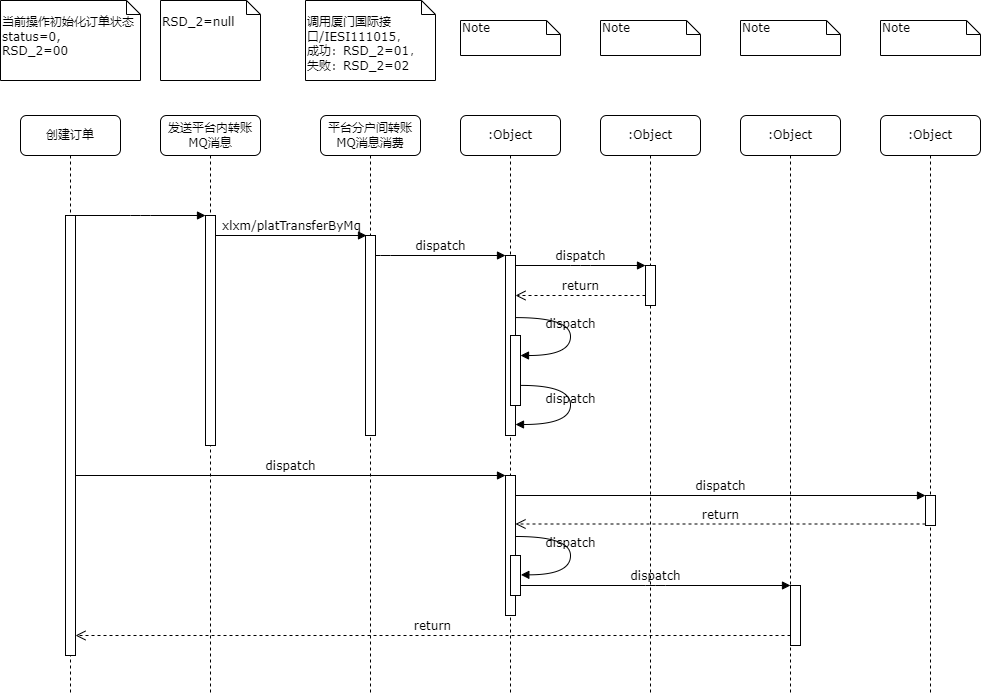
Earlier version of the draw.io export 厦门银行订单状态RSD_2.png (songyibo2019/mydiagrams). Source tidied: cells renumbered, new cells last; positions are measured from the earlier drawing's top-left corner, leaving out a move shared by most shapes.
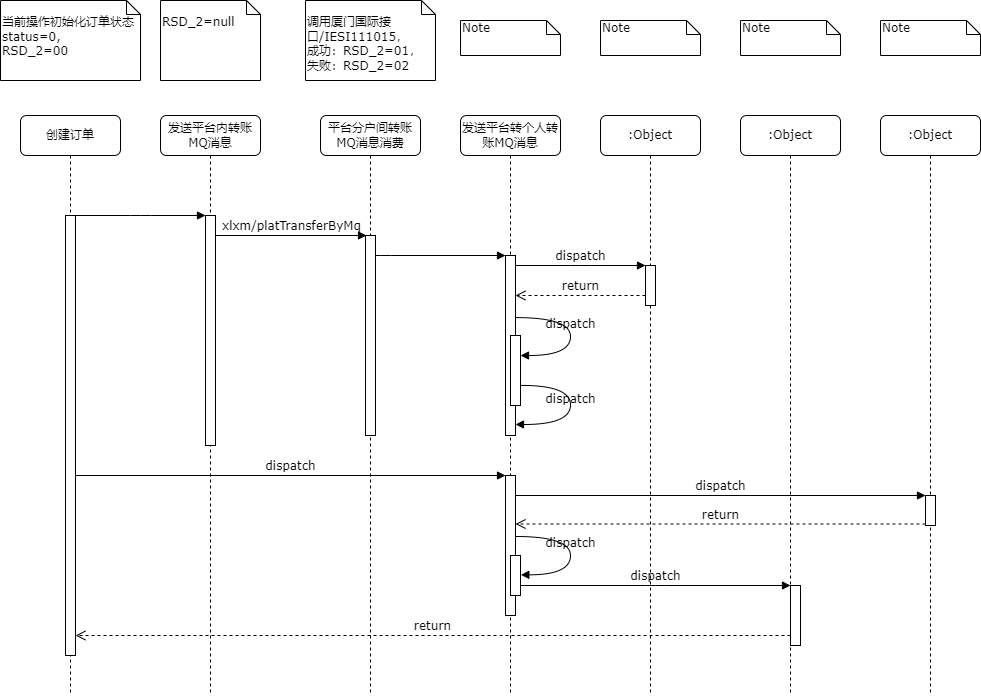
The same file after the commit.

Commit message:
Update 厦门银行订单状态RSD_2.png

What changed in the source:
```diff
@@ -22,7 +22,7 @@
     <mxCell id="7" style="html=1;points=[];perimeter=orthogonalPerimeter;rounded=0;shadow=0;comic=0;labelBackgroundColor=none;strokeWidth=1;fontFamily=Verdana;fontSize=12;align=center;" parent="6" vertex="1">
       <mxGeometry x="45" y="120" width="10" height="200" as="geometry" />
     </mxCell>
-    <mxCell id="8" value=":Object" style="shape=umlLifeline;perimeter=lifelinePerimeter;whiteSpace=wrap;html=1;rounded=1;shadow=0;comic=0;labelBackgroundColor=none;strokeWidth=1;fontFamily=Verdana;fontSize=12;align=center;" parent="1" vertex="1">
+    <mxCell id="8" value="发送平台转个人转账MQ消息" style="shape=umlLifeline;perimeter=lifelinePerimeter;whiteSpace=wrap;html=1;rounded=1;shadow=0;comic=0;labelBackgroundColor=none;strokeWidth=1;fontFamily=Verdana;fontSize=12;align=center;" parent="1" vertex="1">
       <mxGeometry x="460" y="115" width="100" height="580" as="geometry" />
     </mxCell>
     <mxCell id="9" value=":Object" style="shape=umlLifeline;perimeter=lifelinePerimeter;whiteSpace=wrap;html=1;rounded=1;shadow=0;comic=0;labelBackgroundColor=none;strokeWidth=1;fontFamily=Verdana;fontSize=12;align=center;" parent="1" vertex="1">
@@ -43,7 +43,7 @@
     <mxCell id="14" style="html=1;points=[];perimeter=orthogonalPerimeter;rounded=0;shadow=0;comic=0;labelBackgroundColor=none;strokeWidth=1;fontFamily=Verdana;fontSize=12;align=center;" parent="1" vertex="1">
       <mxGeometry x="505" y="255" width="10" height="180" as="geometry" />
     </mxCell>
-    <mxCell id="15" value="dispatch" style="html=1;verticalAlign=bottom;endArrow=block;labelBackgroundColor=none;fontFamily=Verdana;fontSize=12;edgeStyle=elbowEdgeStyle;elbow=vertical;" parent="1" edge="1" source="7" target="14">
+    <mxCell id="15" style="html=1;verticalAlign=bottom;endArrow=block;labelBackgroundColor=none;fontFamily=Verdana;fontSize=12;edgeStyle=elbowEdgeStyle;elbow=vertical;" parent="1" edge="1" source="7" target="14">
       <mxGeometry relative="1" as="geometry">
         <Array as="points">
           <mxPoint x="380" y="255" />
```
